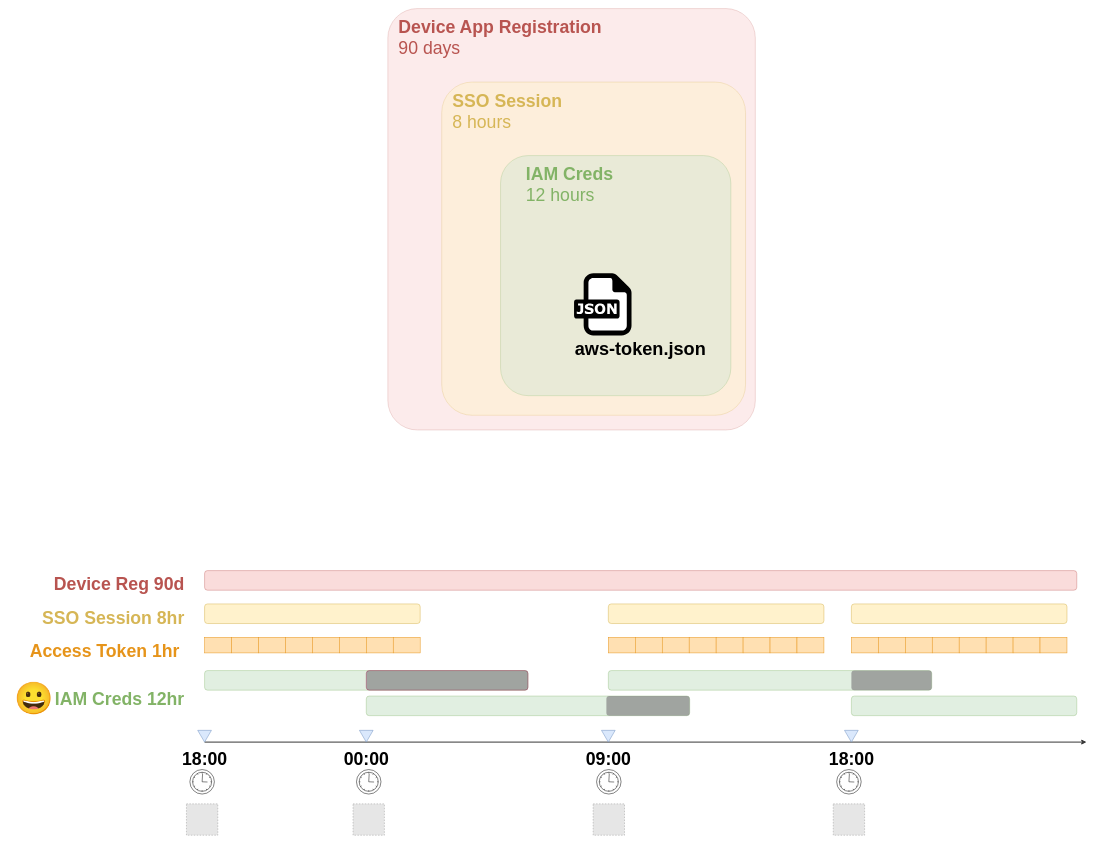
This is scripts/aws-refresh-token.drawio from jimweller/dotfiles, a draw.io file, before an edit. Source tidied: cells renumbered, new cells numbered last; positions are measured from the earlier drawing's top-left corner, leaving out a move shared by most shapes. Both pictures are drawn from the tidied source at 49%, with x=0, y=0 at pixel (13, 8). Pictures stored in the file or linked from it are replaced by grey dashed boxes.
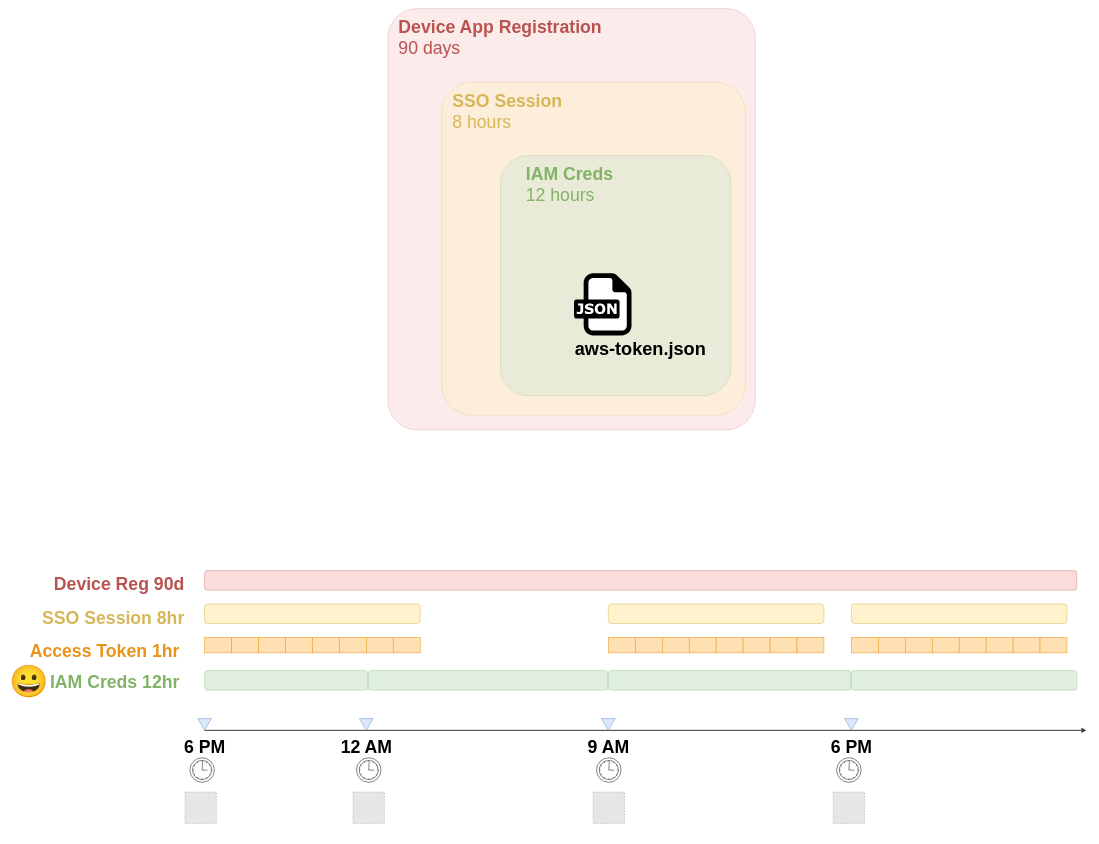
The same diagram, later.

Commit message (it also covers changes not shown here):
chore: update CLAUDE.md, two-phase code-review prompt, and aws-refresh docs

Change to the diagram source:
```diff
@@
     <mxCell id="39" value="IAM Creds 12hr" style="text;html=1;fontSize=36;align=right;fontColor=#82b366;fontStyle=1;" parent="1" vertex="1">
-      <mxGeometry x="30" y="1381" width="320" height="40" as="geometry" />
+      <mxGeometry x="20" y="1347" width="320" height="40" as="geometry" />
     </mxCell>
     <mxCell id="40" style="rounded=1;whiteSpace=wrap;html=1;fillColor=#d5e8d4;strokeColor=#82b366;opacity=70;" parent="1" vertex="1">
-      <mxGeometry x="390" y="1351" width="660" height="40" as="geometry" />
+      <mxGeometry x="390" y="1351" width="333" height="40" as="geometry" />
     </mxCell>
     <mxCell id="41" style="rounded=1;whiteSpace=wrap;html=1;fillColor=#d5e8d4;strokeColor=#82b366;opacity=70;" parent="1" vertex="1">
-      <mxGeometry x="720" y="1403" width="660" height="40" as="geometry" />
+      <mxGeometry x="724" y="1351" width="489" height="40" as="geometry" />
     </mxCell>
     <mxCell id="42" style="rounded=1;whiteSpace=wrap;html=1;fillColor=#d5e8d4;strokeColor=#82b366;opacity=70;" parent="1" vertex="1">
-      <mxGeometry x="1214" y="1351" width="660" height="40" as="geometry" />
+      <mxGeometry x="1214" y="1351" width="495" height="40" as="geometry" />
     </mxCell>
     <mxCell id="43" style="rounded=1;whiteSpace=wrap;html=1;fillColor=#d5e8d4;strokeColor=#82b366;opacity=70;" parent="1" vertex="1">
-      <mxGeometry x="1710" y="1403" width="460" height="40" as="geometry" />
+      <mxGeometry x="1710" y="1351" width="460" height="40" as="geometry" />
     </mxCell>
     <mxCell id="44" style="endArrow=classic;html=1;strokeWidth=2;strokeColor=#333333;" parent="1" edge="1">
       <mxGeometry relative="1" as="geometry">
-        <mxPoint x="390" y="1497" as="sourcePoint" />
-        <mxPoint x="2190" y="1497" as="targetPoint" />
+        <mxPoint x="390" y="1473" as="sourcePoint" />
+        <mxPoint x="2190" y="1473" as="targetPoint" />
       </mxGeometry>
     </mxCell>
     <mxCell id="45" style="shape=triangle;direction=south;fillColor=#dae8fc;strokeColor=#6c8ebf;" parent="1" vertex="1">
-      <mxGeometry x="376" y="1473" width="28" height="24" as="geometry" />
+      <mxGeometry x="376" y="1449" width="28" height="24" as="geometry" />
     </mxCell>
     <mxCell id="46" style="shape=triangle;direction=south;fillColor=#dae8fc;strokeColor=#6c8ebf;" parent="1" vertex="1">
-      <mxGeometry x="706" y="1473" width="28" height="24" as="geometry" />
+      <mxGeometry x="706" y="1449" width="28" height="24" as="geometry" />
     </mxCell>
     <mxCell id="47" style="shape=triangle;direction=south;fillColor=#dae8fc;strokeColor=#6c8ebf;" parent="1" vertex="1">
-      <mxGeometry x="1200" y="1473" width="28" height="24" as="geometry" />
+      <mxGeometry x="1200" y="1449" width="28" height="24" as="geometry" />
     </mxCell>
     <mxCell id="48" style="shape=triangle;direction=south;fillColor=#dae8fc;strokeColor=#6c8ebf;" parent="1" vertex="1">
-      <mxGeometry x="1696" y="1473" width="28" height="24" as="geometry" />
+      <mxGeometry x="1696" y="1449" width="28" height="24" as="geometry" />
     </mxCell>
-    <mxCell id="49" value="&lt;b&gt;18:00&lt;/b&gt;" style="text;html=1;fontSize=36;align=center;" parent="1" vertex="1">
-      <mxGeometry x="350" y="1503" width="80" height="36" as="geometry" />
+    <mxCell id="49" value="&lt;b&gt;6 PM&lt;/b&gt;" style="text;html=1;fontSize=36;align=center;" parent="1" vertex="1">
+      <mxGeometry x="350" y="1479" width="80" height="36" as="geometry" />
     </mxCell>
-    <mxCell id="50" value="&lt;b&gt;00:00&lt;/b&gt;" style="text;html=1;fontSize=36;align=center;" parent="1" vertex="1">
-      <mxGeometry x="680" y="1503" width="80" height="36" as="geometry" />
+    <mxCell id="50" value="&lt;b&gt;12 AM&lt;/b&gt;" style="text;html=1;fontSize=36;align=center;" parent="1" vertex="1">
+      <mxGeometry x="680" y="1479" width="80" height="36" as="geometry" />
     </mxCell>
-    <mxCell id="51" value="&lt;b&gt;09:00&lt;/b&gt;" style="text;html=1;fontSize=36;align=center;" parent="1" vertex="1">
-      <mxGeometry x="1174" y="1503" width="80" height="36" as="geometry" />
+    <mxCell id="51" value="&lt;b&gt;9 AM&lt;/b&gt;" style="text;html=1;fontSize=36;align=center;" parent="1" vertex="1">
+      <mxGeometry x="1174" y="1479" width="80" height="36" as="geometry" />
     </mxCell>
-    <mxCell id="52" value="&lt;b&gt;18:00&lt;/b&gt;" style="text;html=1;fontSize=36;align=center;" parent="1" vertex="1">
-      <mxGeometry x="1670" y="1503" width="80" height="36" as="geometry" />
+    <mxCell id="52" value="&lt;b&gt;6 PM&lt;/b&gt;" style="text;html=1;fontSize=36;align=center;" parent="1" vertex="1">
+      <mxGeometry x="1670" y="1479" width="80" height="36" as="geometry" />
     </mxCell>
-    <mxCell id="53" style="rounded=1;whiteSpace=wrap;html=1;fillColor=#858585;strokeColor=#A50040;opacity=70;fillStyle=auto;gradientDirection=west;fontColor=#ffffff;" parent="1" vertex="1">
-      <mxGeometry x="720" y="1351" width="330" height="40" as="geometry" />
-    </mxCell>
-    <mxCell id="54" style="rounded=1;whiteSpace=wrap;html=1;fillColor=#858585;strokeColor=none;opacity=70;fillStyle=solid;fontColor=#ffffff;" parent="1" vertex="1">
-      <mxGeometry x="1710" y="1351" width="164" height="40" as="geometry" />
-    </mxCell>
-    <mxCell id="55" style="rounded=1;whiteSpace=wrap;html=1;fillColor=#858585;strokeColor=none;opacity=70;fillStyle=solid;fontColor=#ffffff;" parent="1" vertex="1">
-      <mxGeometry x="1210" y="1403" width="170" height="40" as="geometry" />
-    </mxCell>
     <mxCell id="56" style="shape=mxgraph.bpmn.event;html=1;verticalLabelPosition=bottom;labelBackgroundColor=#ffffff;verticalAlign=top;align=center;perimeter=ellipsePerimeter;outline=standard;symbol=timer;" parent="1" vertex="1">
-      <mxGeometry x="360" y="1553" width="50" height="50" as="geometry" />
+      <mxGeometry x="360" y="1529" width="50" height="50" as="geometry" />
     </mxCell>
     <mxCell id="57" style="shape=mxgraph.bpmn.event;html=1;verticalLabelPosition=bottom;labelBackgroundColor=#ffffff;verticalAlign=top;align=center;perimeter=ellipsePerimeter;outline=standard;symbol=timer;" parent="1" vertex="1">
-      <mxGeometry x="700" y="1553" width="50" height="50" as="geometry" />
+      <mxGeometry x="700" y="1529" width="50" height="50" as="geometry" />
     </mxCell>
     <mxCell id="58" style="shape=mxgraph.bpmn.event;html=1;verticalLabelPosition=bottom;labelBackgroundColor=#ffffff;verticalAlign=top;align=center;perimeter=ellipsePerimeter;outline=standard;symbol=timer;" parent="1" vertex="1">
-      <mxGeometry x="1190" y="1553" width="50" height="50" as="geometry" />
+      <mxGeometry x="1190" y="1529" width="50" height="50" as="geometry" />
     </mxCell>
     <mxCell id="59" style="shape=mxgraph.bpmn.event;html=1;verticalLabelPosition=bottom;labelBackgroundColor=#ffffff;verticalAlign=top;align=center;perimeter=ellipsePerimeter;outline=standard;symbol=timer;" parent="1" vertex="1">
-      <mxGeometry x="1680" y="1553" width="50" height="50" as="geometry" />
+      <mxGeometry x="1680" y="1529" width="50" height="50" as="geometry" />
     </mxCell>
     <mxCell id="60" value="😀" style="text;whiteSpace=wrap;fontSize=64;" parent="1" vertex="1">
-      <mxGeometry y="1363" width="70" height="90" as="geometry" />
+      <mxGeometry x="-10" y="1329" width="70" height="90" as="geometry" />
     </mxCell>
@@
     <mxCell id="62" style="fillColor=#E6E6E6;strokeColor=#999999;dashed=1;verticalLabelPosition=bottom;labelBackgroundColor=default;verticalAlign=top;" parent="1" vertex="1">
-      <mxGeometry x="353" y="1623" width="64" height="64" as="geometry" />
+      <mxGeometry x="350" y="1599" width="64" height="64" as="geometry" />
     </mxCell>
     <mxCell id="63" style="fillColor=#E6E6E6;strokeColor=#999999;dashed=1;verticalLabelPosition=bottom;labelBackgroundColor=default;verticalAlign=top;" parent="1" vertex="1">
-      <mxGeometry x="693" y="1623" width="64" height="64" as="geometry" />
+      <mxGeometry x="693" y="1599" width="64" height="64" as="geometry" />
     </mxCell>
     <mxCell id="64" style="fillColor=#E6E6E6;strokeColor=#999999;dashed=1;verticalLabelPosition=bottom;labelBackgroundColor=default;verticalAlign=top;" parent="1" vertex="1">
-      <mxGeometry x="1183" y="1623" width="64" height="64" as="geometry" />
+      <mxGeometry x="1183" y="1599" width="64" height="64" as="geometry" />
     </mxCell>
     <mxCell id="65" style="fillColor=#E6E6E6;strokeColor=#999999;dashed=1;verticalLabelPosition=bottom;labelBackgroundColor=default;verticalAlign=top;" parent="1" vertex="1">
-      <mxGeometry x="1673" y="1623" width="64" height="64" as="geometry" />
+      <mxGeometry x="1673" y="1599" width="64" height="64" as="geometry" />
     </mxCell>
```
